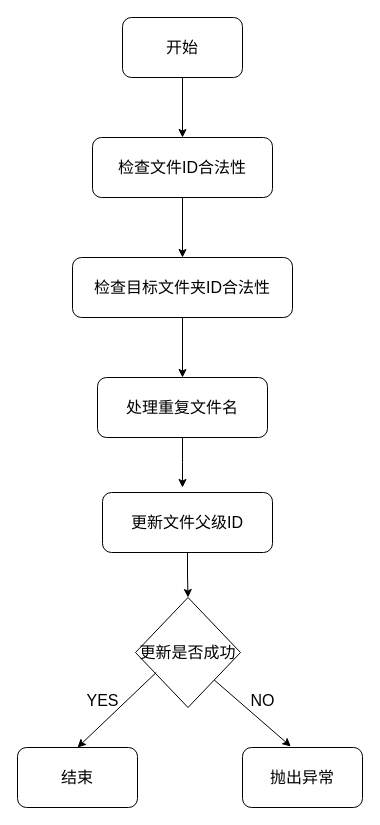
Above: 文件批量移动接口设计和开发实战.drawio in ChengziMao/diagrams (draw.io), before the change. Source tidied: cells renumbered, new cells numbered last; positions are measured from the earlier drawing's top-left corner, leaving out a move shared by most shapes. Both pictures are drawn from the tidied source at 100%, with x=0, y=0 at pixel (17, 17).
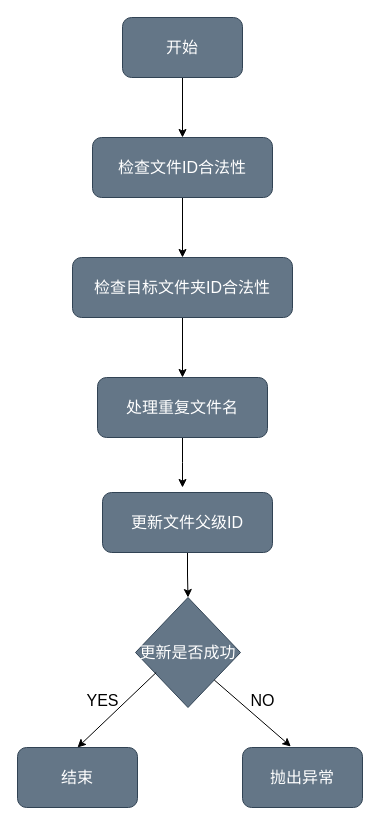
The same page after the edit.

Commit message (it also covers changes not shown here):
更新文件批量移动接口设计和开发实战.drawio

Diff of the diagram source:
```diff
@@
 <mxGraphModel>
   <root>
     <mxCell id="0" />
     <mxCell id="1" parent="0" />
     <mxCell id="2" style="edgeStyle=orthogonalEdgeStyle;rounded=0;jettySize=auto;html=1;entryX=0.5;entryY=0;entryDx=0;entryDy=0;fontSize=16;" parent="1" edge="1" source="3" target="5">
       <mxGeometry relative="1" as="geometry" />
     </mxCell>
-    <mxCell id="3" value="&lt;font style=&quot;vertical-align: inherit;&quot; class=&quot;notranslate fyzs-translate-target fyzs-translate-target-wrapper&quot;&gt;&lt;font style=&quot;vertical-align: inherit;&quot; class=&quot;notranslate fyzs-translate-target fyzs-translate-target-box&quot;&gt;&lt;font style=&quot;vertical-align: inherit;&quot; title=&quot;k&quot; class=&quot;notranslate fyzs-translate-target fyzs-translate-target-text&quot;&gt;开始&lt;/font&gt;&lt;/font&gt;&lt;/font&gt;" style="rounded=1;whiteSpace=wrap;html=1;fontSize=16;" parent="1" vertex="1">
+    <mxCell id="3" value="&lt;font style=&quot;vertical-align: inherit;&quot; class=&quot;notranslate fyzs-translate-target fyzs-translate-target-wrapper&quot;&gt;&lt;font style=&quot;vertical-align: inherit;&quot; class=&quot;notranslate fyzs-translate-target fyzs-translate-target-box&quot;&gt;&lt;font style=&quot;vertical-align: inherit;&quot; title=&quot;k&quot; class=&quot;notranslate fyzs-translate-target fyzs-translate-target-text&quot;&gt;开始&lt;/font&gt;&lt;/font&gt;&lt;/font&gt;" style="rounded=1;whiteSpace=wrap;html=1;fontSize=16;fillColor=#647687;strokeColor=#314354;fontColor=#ffffff;" parent="1" vertex="1">
       <mxGeometry x="105" width="120" height="60" as="geometry" />
     </mxCell>
     <mxCell id="4" style="edgeStyle=orthogonalEdgeStyle;rounded=0;jettySize=auto;html=1;entryX=0.5;entryY=0;entryDx=0;entryDy=0;fontSize=16;" parent="1" edge="1" source="5" target="7">
       <mxGeometry relative="1" as="geometry" />
     </mxCell>
-    <mxCell id="5" value="&lt;font style=&quot;vertical-align: inherit;&quot; class=&quot;notranslate fyzs-translate-target fyzs-translate-target-wrapper&quot;&gt;&lt;font style=&quot;vertical-align: inherit;&quot; class=&quot;notranslate fyzs-translate-target fyzs-translate-target-box&quot;&gt;&lt;font style=&quot;vertical-align: inherit;&quot; title=&quot;k&quot; class=&quot;notranslate fyzs-translate-target fyzs-translate-target-text&quot;&gt;检查文件ID合法性&lt;/font&gt;&lt;/font&gt;&lt;/font&gt;" style="rounded=1;whiteSpace=wrap;html=1;fontSize=16;" parent="1" vertex="1">
+    <mxCell id="5" value="&lt;font style=&quot;vertical-align: inherit;&quot; class=&quot;notranslate fyzs-translate-target fyzs-translate-target-wrapper&quot;&gt;&lt;font style=&quot;vertical-align: inherit;&quot; class=&quot;notranslate fyzs-translate-target fyzs-translate-target-box&quot;&gt;&lt;font style=&quot;vertical-align: inherit;&quot; title=&quot;k&quot; class=&quot;notranslate fyzs-translate-target fyzs-translate-target-text&quot;&gt;检查文件ID合法性&lt;/font&gt;&lt;/font&gt;&lt;/font&gt;" style="rounded=1;whiteSpace=wrap;html=1;fontSize=16;fillColor=#647687;fontColor=#ffffff;strokeColor=#314354;" parent="1" vertex="1">
       <mxGeometry x="75" y="120" width="180" height="60" as="geometry" />
     </mxCell>
     <mxCell id="6" style="edgeStyle=orthogonalEdgeStyle;rounded=0;jettySize=auto;html=1;entryX=0.5;entryY=0;entryDx=0;entryDy=0;fontSize=16;" parent="1" edge="1" source="7" target="9">
       <mxGeometry relative="1" as="geometry" />
     </mxCell>
-    <mxCell id="7" value="&lt;font style=&quot;vertical-align: inherit;&quot; class=&quot;notranslate fyzs-translate-target fyzs-translate-target-wrapper&quot;&gt;&lt;font style=&quot;vertical-align: inherit;&quot; class=&quot;notranslate fyzs-translate-target fyzs-translate-target-box&quot;&gt;&lt;font style=&quot;vertical-align: inherit;&quot; title=&quot;k&quot; class=&quot;notranslate fyzs-translate-target fyzs-translate-target-text&quot;&gt;检查目标文件夹ID合法性&lt;/font&gt;&lt;/font&gt;&lt;/font&gt;" style="rounded=1;whiteSpace=wrap;html=1;fontSize=16;" parent="1" vertex="1">
+    <mxCell id="7" value="&lt;font style=&quot;vertical-align: inherit;&quot; class=&quot;notranslate fyzs-translate-target fyzs-translate-target-wrapper&quot;&gt;&lt;font style=&quot;vertical-align: inherit;&quot; class=&quot;notranslate fyzs-translate-target fyzs-translate-target-box&quot;&gt;&lt;font style=&quot;vertical-align: inherit;&quot; title=&quot;k&quot; class=&quot;notranslate fyzs-translate-target fyzs-translate-target-text&quot;&gt;检查目标文件夹ID合法性&lt;/font&gt;&lt;/font&gt;&lt;/font&gt;" style="rounded=1;whiteSpace=wrap;html=1;fontSize=16;fillColor=#647687;fontColor=#ffffff;strokeColor=#314354;" parent="1" vertex="1">
       <mxGeometry x="55" y="240" width="220" height="60" as="geometry" />
     </mxCell>
     <mxCell id="8" style="edgeStyle=orthogonalEdgeStyle;rounded=0;jettySize=auto;html=1;fontSize=16;" parent="1" edge="1" source="9">
       <mxGeometry relative="1" as="geometry">
         <mxPoint x="165" y="470" as="targetPoint" />
       </mxGeometry>
     </mxCell>
-    <mxCell id="9" value="&lt;font style=&quot;vertical-align: inherit;&quot; class=&quot;notranslate fyzs-translate-target fyzs-translate-target-wrapper&quot;&gt;&lt;font style=&quot;vertical-align: inherit;&quot; class=&quot;notranslate fyzs-translate-target fyzs-translate-target-box&quot;&gt;&lt;font style=&quot;vertical-align: inherit;&quot; title=&quot;k&quot; class=&quot;notranslate fyzs-translate-target fyzs-translate-target-text&quot;&gt;处理重复文件名&lt;/font&gt;&lt;/font&gt;&lt;/font&gt;" style="rounded=1;whiteSpace=wrap;html=1;fontSize=16;" parent="1" vertex="1">
+    <mxCell id="9" value="&lt;font style=&quot;vertical-align: inherit;&quot; class=&quot;notranslate fyzs-translate-target fyzs-translate-target-wrapper&quot;&gt;&lt;font style=&quot;vertical-align: inherit;&quot; class=&quot;notranslate fyzs-translate-target fyzs-translate-target-box&quot;&gt;&lt;font style=&quot;vertical-align: inherit;&quot; title=&quot;k&quot; class=&quot;notranslate fyzs-translate-target fyzs-translate-target-text&quot;&gt;处理重复文件名&lt;/font&gt;&lt;/font&gt;&lt;/font&gt;" style="rounded=1;whiteSpace=wrap;html=1;fontSize=16;fillColor=#647687;fontColor=#ffffff;strokeColor=#314354;" parent="1" vertex="1">
       <mxGeometry x="80" y="360" width="170" height="60" as="geometry" />
     </mxCell>
     <mxCell id="10" style="edgeStyle=orthogonalEdgeStyle;rounded=0;jettySize=auto;html=1;entryX=0.5;entryY=0;entryDx=0;entryDy=0;fontSize=16;" parent="1" edge="1" source="11" target="12">
       <mxGeometry relative="1" as="geometry" />
     </mxCell>
-    <mxCell id="11" value="&lt;font style=&quot;vertical-align: inherit;&quot; class=&quot;notranslate fyzs-translate-target fyzs-translate-target-wrapper&quot;&gt;&lt;font style=&quot;vertical-align: inherit;&quot; class=&quot;notranslate fyzs-translate-target fyzs-translate-target-box&quot;&gt;&lt;font style=&quot;vertical-align: inherit;&quot; title=&quot;k&quot; class=&quot;notranslate fyzs-translate-target fyzs-translate-target-text&quot;&gt;更新文件父级ID&lt;/font&gt;&lt;/font&gt;&lt;/font&gt;" style="rounded=1;whiteSpace=wrap;html=1;fontSize=16;" parent="1" vertex="1">
+    <mxCell id="11" value="&lt;font style=&quot;vertical-align: inherit;&quot; class=&quot;notranslate fyzs-translate-target fyzs-translate-target-wrapper&quot;&gt;&lt;font style=&quot;vertical-align: inherit;&quot; class=&quot;notranslate fyzs-translate-target fyzs-translate-target-box&quot;&gt;&lt;font style=&quot;vertical-align: inherit;&quot; title=&quot;k&quot; class=&quot;notranslate fyzs-translate-target fyzs-translate-target-text&quot;&gt;更新文件父级ID&lt;/font&gt;&lt;/font&gt;&lt;/font&gt;" style="rounded=1;whiteSpace=wrap;html=1;fontSize=16;fillColor=#647687;fontColor=#ffffff;strokeColor=#314354;" parent="1" vertex="1">
       <mxGeometry x="85" y="475" width="170" height="60" as="geometry" />
     </mxCell>
-    <mxCell id="12" value="&lt;font style=&quot;vertical-align: inherit;&quot; class=&quot;notranslate fyzs-translate-target fyzs-translate-target-wrapper&quot;&gt;&lt;font style=&quot;vertical-align: inherit;&quot; class=&quot;notranslate fyzs-translate-target fyzs-translate-target-box&quot;&gt;&lt;font style=&quot;vertical-align: inherit;&quot; title=&quot;g&quot; class=&quot;notranslate fyzs-translate-target fyzs-translate-target-text&quot;&gt;更新是否成功&lt;/font&gt;&lt;/font&gt;&lt;/font&gt;" style="rhombus;whiteSpace=wrap;html=1;fontSize=16;" parent="1" vertex="1">
+    <mxCell id="12" value="&lt;font style=&quot;vertical-align: inherit;&quot; class=&quot;notranslate fyzs-translate-target fyzs-translate-target-wrapper&quot;&gt;&lt;font style=&quot;vertical-align: inherit;&quot; class=&quot;notranslate fyzs-translate-target fyzs-translate-target-box&quot;&gt;&lt;font style=&quot;vertical-align: inherit;&quot; title=&quot;g&quot; class=&quot;notranslate fyzs-translate-target fyzs-translate-target-text&quot;&gt;更新是否成功&lt;/font&gt;&lt;/font&gt;&lt;/font&gt;" style="rhombus;whiteSpace=wrap;html=1;fontSize=16;fillColor=#647687;fontColor=#ffffff;strokeColor=#314354;" parent="1" vertex="1">
       <mxGeometry x="118" y="580" width="105" height="110" as="geometry" />
     </mxCell>
-    <mxCell id="13" value="&lt;font style=&quot;vertical-align: inherit;&quot; class=&quot;notranslate fyzs-translate-target fyzs-translate-target-wrapper&quot;&gt;&lt;font style=&quot;vertical-align: inherit;&quot; class=&quot;notranslate fyzs-translate-target fyzs-translate-target-box&quot;&gt;&lt;font style=&quot;vertical-align: inherit;&quot; title=&quot;j&quot; class=&quot;notranslate fyzs-translate-target fyzs-translate-target-text&quot;&gt;结束&lt;/font&gt;&lt;/font&gt;&lt;/font&gt;" style="rounded=1;whiteSpace=wrap;html=1;fontSize=16;" parent="1" vertex="1">
+    <mxCell id="13" value="&lt;font style=&quot;vertical-align: inherit;&quot; class=&quot;notranslate fyzs-translate-target fyzs-translate-target-wrapper&quot;&gt;&lt;font style=&quot;vertical-align: inherit;&quot; class=&quot;notranslate fyzs-translate-target fyzs-translate-target-box&quot;&gt;&lt;font style=&quot;vertical-align: inherit;&quot; title=&quot;j&quot; class=&quot;notranslate fyzs-translate-target fyzs-translate-target-text&quot;&gt;结束&lt;/font&gt;&lt;/font&gt;&lt;/font&gt;" style="rounded=1;whiteSpace=wrap;html=1;fontSize=16;fillColor=#647687;fontColor=#ffffff;strokeColor=#314354;" parent="1" vertex="1">
       <mxGeometry y="730" width="120" height="60" as="geometry" />
     </mxCell>
-    <mxCell id="14" value="&lt;font style=&quot;vertical-align: inherit;&quot; class=&quot;notranslate fyzs-translate-target fyzs-translate-target-wrapper&quot;&gt;&lt;font style=&quot;vertical-align: inherit;&quot; class=&quot;notranslate fyzs-translate-target fyzs-translate-target-box&quot;&gt;&lt;font style=&quot;vertical-align: inherit;&quot; title=&quot;p&quot; class=&quot;notranslate fyzs-translate-target fyzs-translate-target-text&quot;&gt;抛出异常&lt;/font&gt;&lt;/font&gt;&lt;/font&gt;" style="rounded=1;whiteSpace=wrap;html=1;fontSize=16;" parent="1" vertex="1">
+    <mxCell id="14" value="&lt;font style=&quot;vertical-align: inherit;&quot; class=&quot;notranslate fyzs-translate-target fyzs-translate-target-wrapper&quot;&gt;&lt;font style=&quot;vertical-align: inherit;&quot; class=&quot;notranslate fyzs-translate-target fyzs-translate-target-box&quot;&gt;&lt;font style=&quot;vertical-align: inherit;&quot; title=&quot;p&quot; class=&quot;notranslate fyzs-translate-target fyzs-translate-target-text&quot;&gt;抛出异常&lt;/font&gt;&lt;/font&gt;&lt;/font&gt;" style="rounded=1;whiteSpace=wrap;html=1;fontSize=16;fillColor=#647687;fontColor=#ffffff;strokeColor=#314354;" parent="1" vertex="1">
       <mxGeometry x="225" y="730" width="120" height="60" as="geometry" />
     </mxCell>
     <mxCell id="15" style="endArrow=classic;html=1;rounded=0;exitX=0.197;exitY=0.682;exitDx=0;exitDy=0;exitPerimeter=0;entryX=0.5;entryY=0;entryDx=0;entryDy=0;fontSize=16;" parent="1" edge="1" source="12" target="13">
       <mxGeometry relative="1" as="geometry" />
     </mxCell>
     <mxCell id="16" style="endArrow=classic;html=1;rounded=0;exitX=1;exitY=1;exitDx=0;exitDy=0;entryX=0.403;entryY=-0.017;entryDx=0;entryDy=0;entryPerimeter=0;fontSize=16;" parent="1" edge="1" source="12" target="14">
       <mxGeometry relative="1" as="geometry" />
     </mxCell>
     <mxCell id="17" value="&lt;font style=&quot;vertical-align: inherit;&quot; class=&quot;notranslate fyzs-translate-target fyzs-translate-target-wrapper&quot;&gt;&lt;font style=&quot;vertical-align: inherit;&quot; class=&quot;notranslate fyzs-translate-target fyzs-translate-target-box&quot;&gt;&lt;font style=&quot;vertical-align: inherit;&quot; title=&quot;Text&quot; class=&quot;notranslate fyzs-translate-target fyzs-translate-target-text&quot;&gt;YES&lt;/font&gt;&lt;/font&gt;&lt;/font&gt;" style="text;html=1;align=center;verticalAlign=middle;strokeColor=none;fillColor=none;fontSize=16;" parent="1" vertex="1">
       <mxGeometry x="55" y="668" width="60" height="30" as="geometry" />
     </mxCell>
     <mxCell id="18" value="&lt;font style=&quot;vertical-align: inherit;&quot; class=&quot;notranslate fyzs-translate-target fyzs-translate-target-wrapper&quot;&gt;&lt;font style=&quot;vertical-align: inherit;&quot; class=&quot;notranslate fyzs-translate-target fyzs-translate-target-box&quot;&gt;&lt;font style=&quot;vertical-align: inherit;&quot; title=&quot;Text&quot; class=&quot;notranslate fyzs-translate-target fyzs-translate-target-text&quot;&gt;NO&lt;/font&gt;&lt;/font&gt;&lt;/font&gt;" style="text;html=1;align=center;verticalAlign=middle;strokeColor=none;fillColor=none;fontSize=16;" parent="1" vertex="1">
       <mxGeometry x="220" y="668" width="50" height="30" as="geometry" />
     </mxCell>
   </root>
 </mxGraphModel>
```
